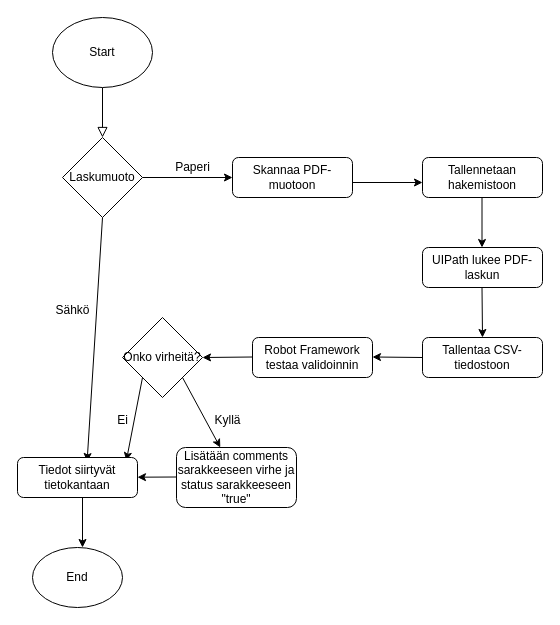
Before: Vuokaavio.drawio in joni23008/Ohjelmistorobotiikka-ja--automaatio--Joni-ja-Vilho-, a draw.io diagram. Source tidied: cells renumbered, new cells numbered last; positions are measured from the earlier drawing's top-left corner, leaving out a move shared by most shapes. Both pictures are drawn from the tidied source at 100%, with x=0, y=0 at pixel (17, 17).
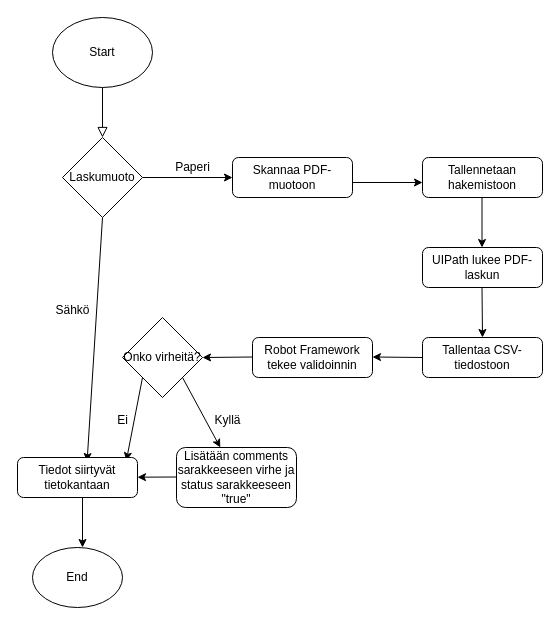
The same page after the edit.

Diff of the diagram source:
```diff
@@
-    <mxCell id="14" value="Robot Framework testaa validoinnin" style="rounded=1;whiteSpace=wrap;html=1;" parent="1" vertex="1">
+    <mxCell id="14" value="Robot Framework tekee validoinnin" style="rounded=1;whiteSpace=wrap;html=1;" parent="1" vertex="1">
       <mxGeometry x="235" y="320" width="120" height="40" as="geometry" />
     </mxCell>
```
